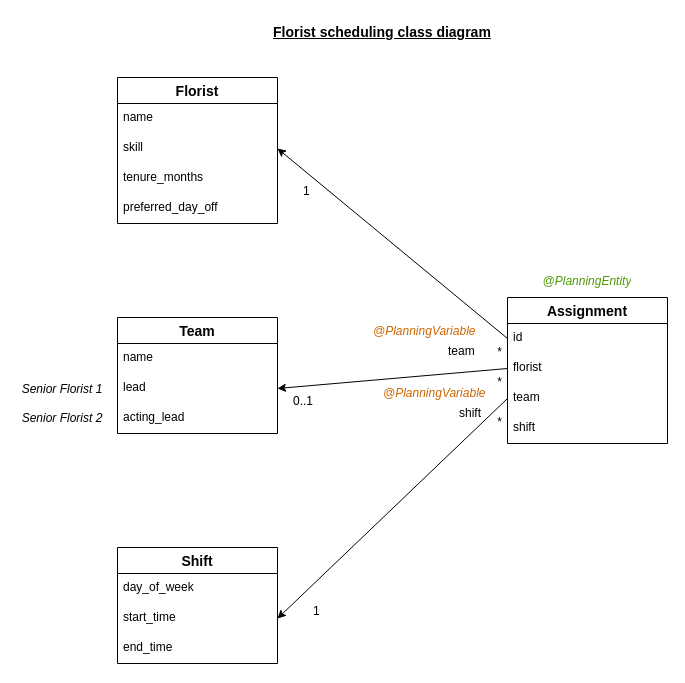
yewshanooi-tech/scheduling keeps this draw.io diagram as diagram.drawio. Above is the earlier version. Source tidied: cells renumbered, new cells numbered last; positions are measured from the earlier drawing's top-left corner, leaving out a move shared by most shapes. Both pictures are drawn from the tidied source at 100%, with x=0, y=0 at pixel (17, 17).
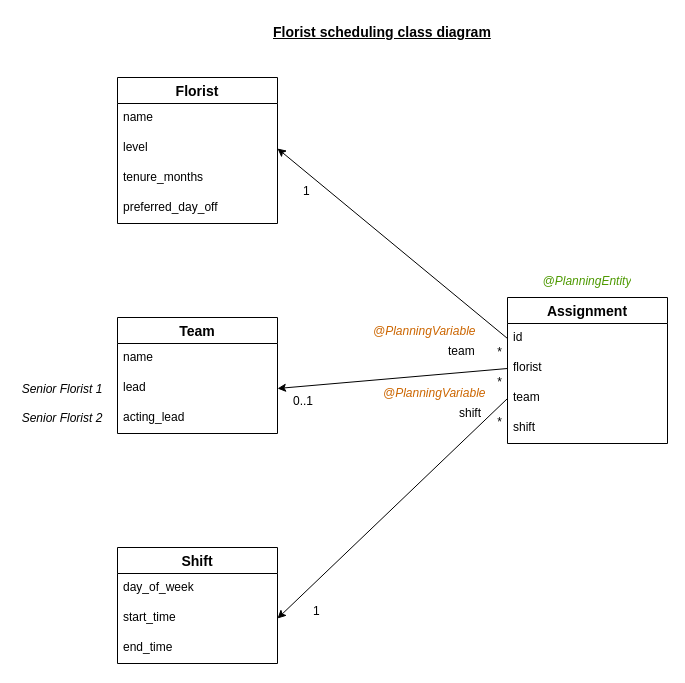
Above is the later version.

The change refers to these unchanged cells:
```xml
<mxCell id="7" value="Florist" style="swimlane;fontStyle=1;horizontal=1;startSize=26;align=center;fontSize=14;" parent="1" vertex="1">
  <mxGeometry x="100" y="60" width="160" height="146" as="geometry" />
</mxCell>
```

The edit, as a diff of the source:
```diff
@@
-    <mxCell id="9" value="skill" style="text;strokeColor=none;fillColor=none;spacingLeft=4;spacingRight=4;overflow=hidden;points=[[0,0.5],[1,0.5]];portConstraint=eastwest;fontSize=12;whiteSpace=wrap;html=1;" parent="7" vertex="1">
+    <mxCell id="9" value="level" style="text;strokeColor=none;fillColor=none;spacingLeft=4;spacingRight=4;overflow=hidden;points=[[0,0.5],[1,0.5]];portConstraint=eastwest;fontSize=12;whiteSpace=wrap;html=1;" parent="7" vertex="1">
       <mxGeometry y="56" width="160" height="30" as="geometry" />
     </mxCell>
```
